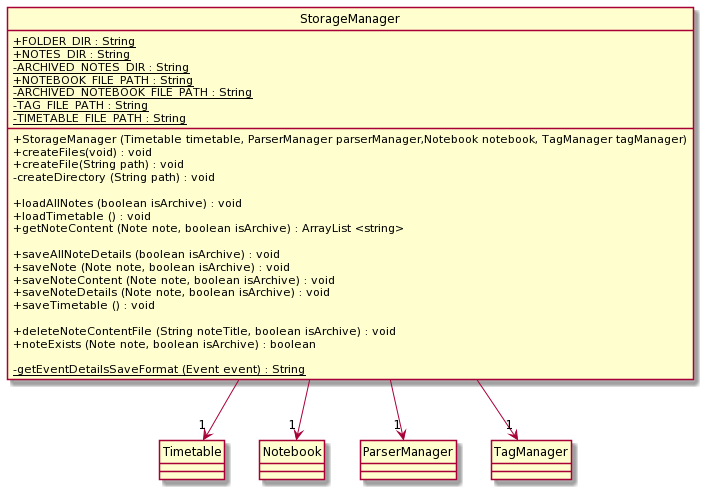
Earlier version of the PlantUML export docs/diagrams/out/StorageManager.png (nus-cs2113-AY2021S1/tp). Source of this version:
```plantuml
@startuml
hide circle
skinparam classAttributeIconSize 0

class StorageManager {
    + {static} FOLDER_DIR : String
    + {static} NOTES_DIR : String
    - {static} ARCHIVED_NOTES_DIR : String
    + {static} NOTEBOOK_FILE_PATH : String
    - {static} ARCHIVED_NOTEBOOK_FILE_PATH : String
    - {static} TAG_FILE_PATH : String
    - {static} TIMETABLE_FILE_PATH : String

    + StorageManager (Timetable timetable, ParserManager parserManager,Notebook notebook, TagManager tagManager)
    + createFiles(void) : void
    + createFile(String path) : void
    - createDirectory (String path) : void

    + loadAllNotes (boolean isArchive) : void
    + loadTimetable () : void
    + getNoteContent (Note note, boolean isArchive) : ArrayList <string>

    + saveAllNoteDetails (boolean isArchive) : void
    + saveNote (Note note, boolean isArchive) : void
    + saveNoteContent (Note note, boolean isArchive) : void
    + saveNoteDetails (Note note, boolean isArchive) : void
    + saveTimetable () : void

    + deleteNoteContentFile (String noteTitle, boolean isArchive) : void
    + noteExists (Note note, boolean isArchive) : boolean

    - {static} getEventDetailsSaveFormat (Event event) : String


}

StorageManager --> "1" Timetable
StorageManager --> "1" Notebook
StorageManager --> "1" ParserManager
StorageManager --> "1" TagManager
@enduml
```
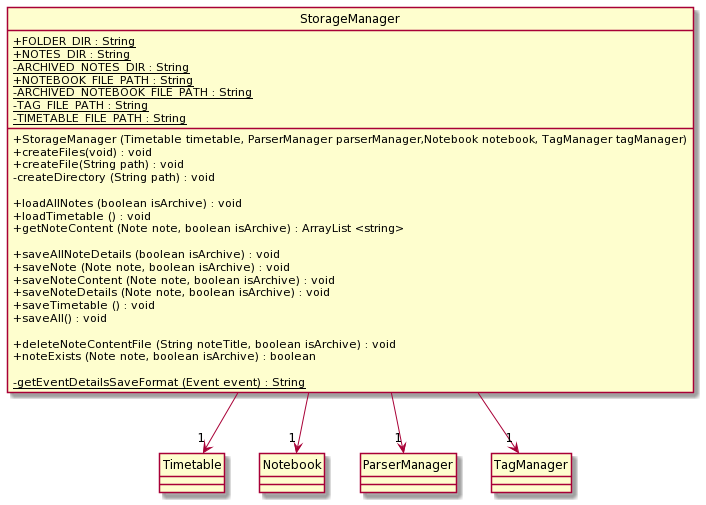
The same file after the commit.

What changed in the source:
```diff
@@ -25,6 +25,7 @@
     + saveNoteContent (Note note, boolean isArchive) : void
     + saveNoteDetails (Note note, boolean isArchive) : void
     + saveTimetable () : void
+    + saveAll() : void
 
     + deleteNoteContentFile (String noteTitle, boolean isArchive) : void
     + noteExists (Note note, boolean isArchive) : boolean
```
